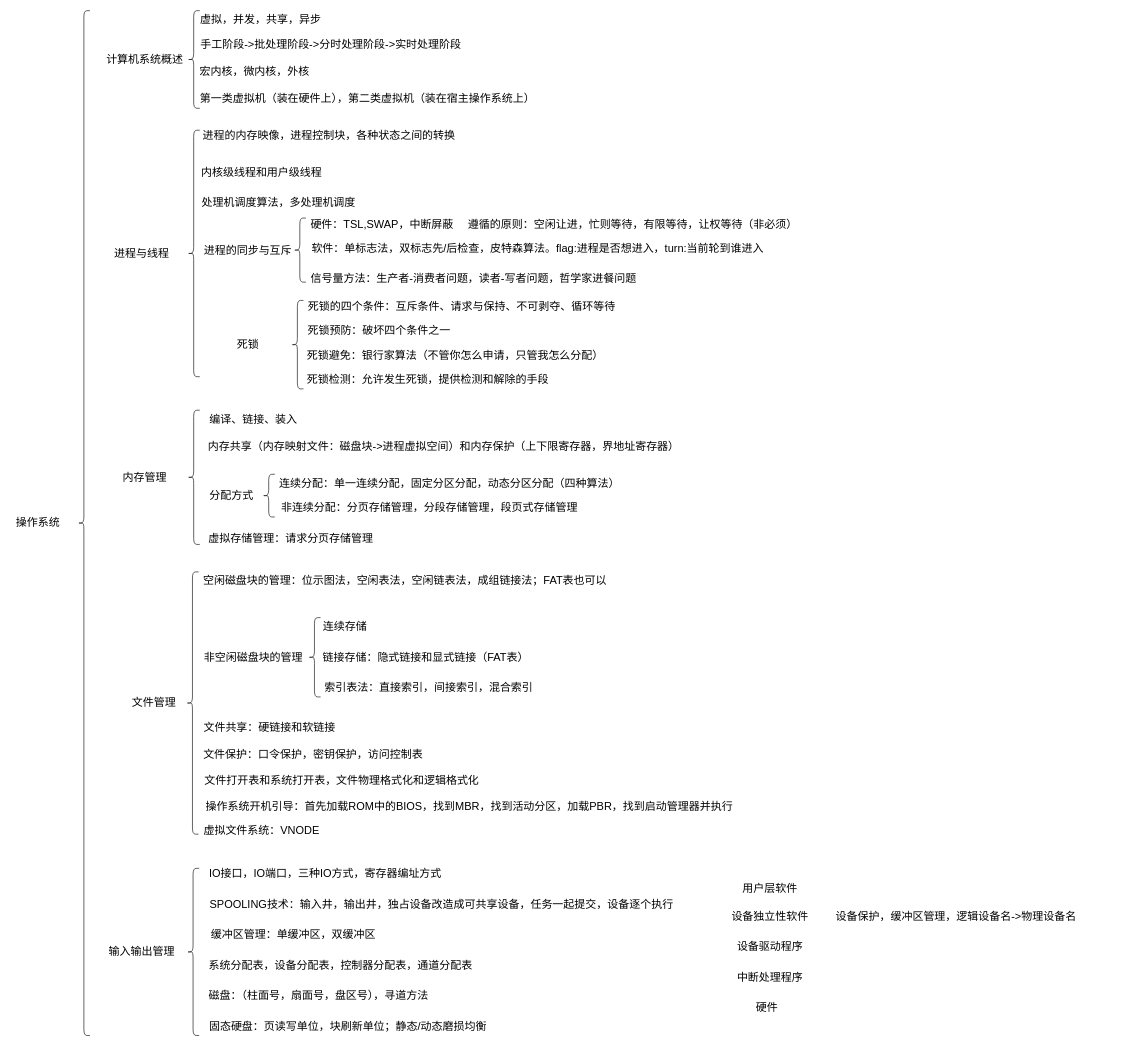
The draw.io diagram page "第 7 页" (6 of 7) of 操作系统.drawio in 2968392441/draw, before the edit. Source tidied: cells renumbered, new cells numbered last; positions are measured from the earlier drawing's top-left corner, leaving out a move shared by most shapes. Both pictures are drawn from the tidied source at 61%, with x=0, y=0 at pixel (10, 10).
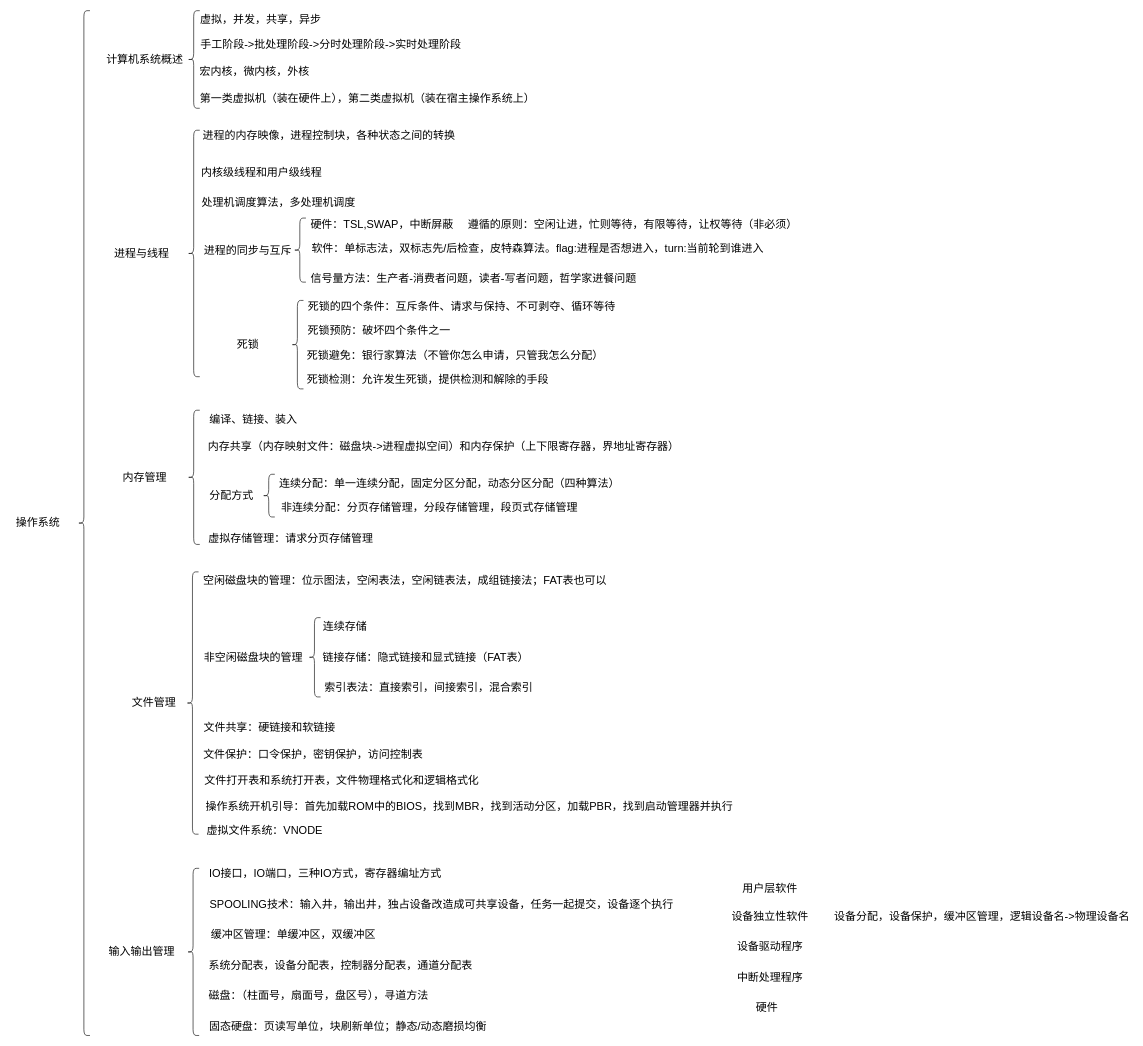
The same page after the edit.

Commit message:
更新操作系统.drawio

Change to the diagram source:
```diff
@@
-    <mxCell id="8" value="&lt;font style=&quot;font-size: 18px;&quot;&gt;设备保护，缓冲区管理，逻辑设备名-&amp;gt;物理设备名&lt;/font&gt;" style="text;html=1;whiteSpace=wrap;strokeColor=none;fillColor=none;align=center;verticalAlign=middle;rounded=0;" parent="1" vertex="1">
-      <mxGeometry x="1345" y="1470" width="410" height="30" as="geometry" />
+    <mxCell id="8" value="&lt;font style=&quot;font-size: 18px;&quot;&gt;设备分配，设备保护，缓冲区管理，逻辑设备名-&amp;gt;物理设备名&lt;/font&gt;" style="text;html=1;whiteSpace=wrap;strokeColor=none;fillColor=none;align=center;verticalAlign=middle;rounded=0;" parent="1" vertex="1">
+      <mxGeometry x="1345" y="1470" width="495" height="30" as="geometry" />
     </mxCell>
@@
     <mxCell id="57" value="&lt;font style=&quot;font-size: 18px;&quot;&gt;虚拟文件系统：VNODE&lt;/font&gt;" style="text;html=1;whiteSpace=wrap;strokeColor=none;fillColor=none;align=center;verticalAlign=middle;rounded=0;" parent="1" vertex="1">
-      <mxGeometry x="295" y="1330" width="233" height="30" as="geometry" />
+      <mxGeometry x="300" y="1330" width="233" height="30" as="geometry" />
     </mxCell>
```
